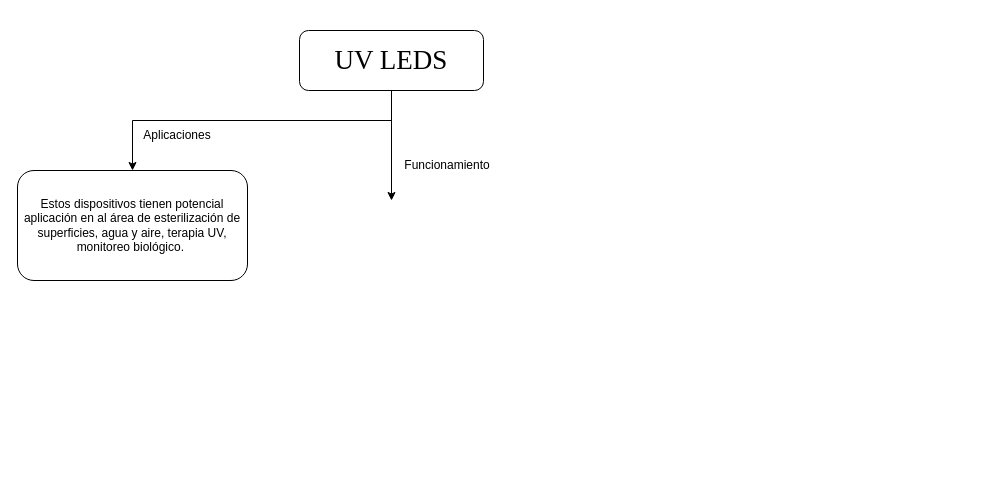
The draw.io diagram Untitled Diagram.drawio in Edgaus/SQL, before the edit. Source tidied: cells renumbered, new cells numbered last; positions are measured from the earlier drawing's top-left corner, leaving out a move shared by most shapes. Both pictures are drawn from the tidied source at 100%, with x=0, y=0 at pixel (17, 30).
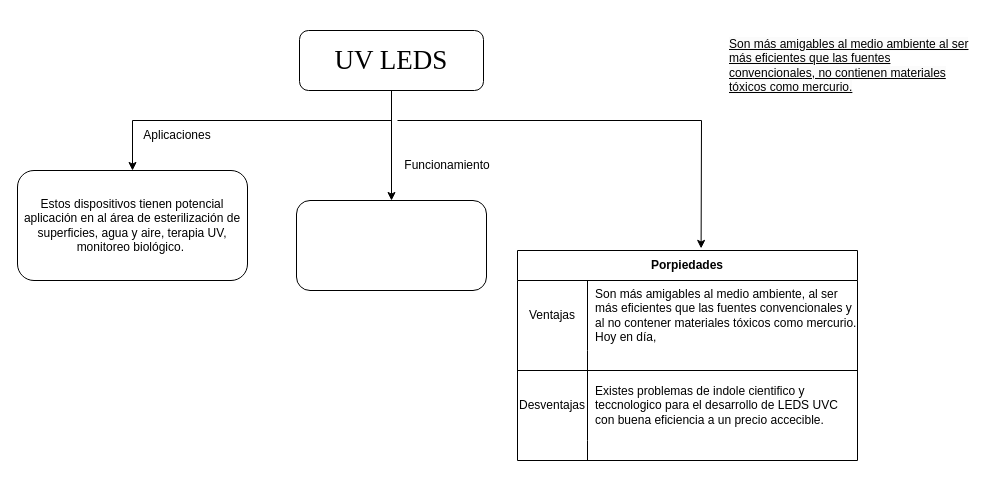
After the change.

The edit, as a diff of the source:
```diff
@@
+    <mxCell id="8" style="rounded=1;whiteSpace=wrap;html=1;" parent="1" vertex="1">
+      <mxGeometry x="279" y="170" width="190" height="90" as="geometry" />
+    </mxCell>
+    <mxCell id="9" value="Porpiedades" style="shape=table;startSize=30;childLayout=tableLayout;rowLines=0;fontStyle=1;align=center;html=1;whiteSpace=wrap;" parent="1" vertex="1">
+      <mxGeometry x="500" y="220" width="340" height="210" as="geometry" />
+    </mxCell>
+    <mxCell id="10" style="shape=tableRow;horizontal=0;startSize=0;swimlaneHead=0;swimlaneBody=0;fillColor=none;top=0;left=0;right=0;bottom=0;html=1;" parent="9" vertex="1">
+      <mxGeometry y="30" width="340" height="70" as="geometry" />
+    </mxCell>
+    <mxCell id="11" style="shape=partialRectangle;fillColor=none;top=0;left=0;bottom=0;right=0;fontStyle=1;overflow=hidden;html=1;whiteSpace=wrap;" parent="10" vertex="1">
+      <mxGeometry width="70" height="70" as="geometry" />
+    </mxCell>
+    <mxCell id="12" style="shape=partialRectangle;fillColor=none;top=0;left=0;bottom=0;right=0;align=left;spacingLeft=6;fontStyle=5;overflow=hidden;html=1;whiteSpace=wrap;" parent="10" vertex="1">
+      <mxGeometry x="70" width="270" height="70" as="geometry" />
+    </mxCell>
+    <mxCell id="13" style="shape=tableRow;horizontal=0;startSize=0;swimlaneHead=0;swimlaneBody=0;fillColor=none;top=0;left=0;right=0;bottom=1;html=1;" parent="9" vertex="1">
+      <mxGeometry y="100" width="340" height="20" as="geometry" />
+    </mxCell>
+    <mxCell id="14" style="shape=partialRectangle;fillColor=none;top=0;left=0;bottom=0;right=0;fontStyle=1;overflow=hidden;html=1;whiteSpace=wrap;" parent="13" vertex="1">
+      <mxGeometry width="70" height="20" as="geometry" />
+    </mxCell>
+    <mxCell id="15" style="shape=partialRectangle;fillColor=none;top=0;left=0;bottom=0;right=0;align=left;spacingLeft=6;fontStyle=5;overflow=hidden;html=1;whiteSpace=wrap;" parent="13" vertex="1">
+      <mxGeometry x="70" width="270" height="20" as="geometry" />
+    </mxCell>
+    <mxCell id="16" style="shape=tableRow;horizontal=0;startSize=0;swimlaneHead=0;swimlaneBody=0;fillColor=none;top=0;left=0;right=0;bottom=0;html=1;" parent="9" vertex="1">
+      <mxGeometry y="120" width="340" height="70" as="geometry" />
+    </mxCell>
+    <mxCell id="17" value="Desventajas" style="shape=partialRectangle;fillColor=none;top=0;left=0;bottom=0;right=0;overflow=hidden;html=1;whiteSpace=wrap;" parent="16" vertex="1">
+      <mxGeometry width="70" height="70" as="geometry" />
+    </mxCell>
+    <mxCell id="18" value="Existes problemas de indole cientifico y teccnologico para el desarrollo de LEDS UVC con buena eficiencia a un precio accecible." style="shape=partialRectangle;fillColor=none;top=0;left=0;bottom=0;right=0;align=left;spacingLeft=6;overflow=hidden;html=1;whiteSpace=wrap;" parent="16" vertex="1">
+      <mxGeometry x="70" width="270" height="70" as="geometry" />
+    </mxCell>
+    <mxCell id="19" style="shape=tableRow;horizontal=0;startSize=0;swimlaneHead=0;swimlaneBody=0;fillColor=none;top=0;left=0;right=0;bottom=0;html=1;" parent="9" vertex="1">
+      <mxGeometry y="190" width="340" height="20" as="geometry" />
+    </mxCell>
+    <mxCell id="20" style="shape=partialRectangle;fillColor=none;top=0;left=0;bottom=0;right=0;overflow=hidden;html=1;whiteSpace=wrap;" parent="19" vertex="1">
+      <mxGeometry width="70" height="20" as="geometry" />
+    </mxCell>
+    <mxCell id="21" style="shape=partialRectangle;fillColor=none;top=0;left=0;bottom=0;right=0;align=left;spacingLeft=6;overflow=hidden;html=1;whiteSpace=wrap;" parent="19" vertex="1">
+      <mxGeometry x="70" width="270" height="20" as="geometry" />
+    </mxCell>
+    <mxCell id="22" style="endArrow=classic;html=1;rounded=0;entryX=0.54;entryY=-0.01;entryDx=0;entryDy=0;entryPerimeter=0;" parent="1" edge="1" target="9">
+      <mxGeometry relative="1" as="geometry">
+        <mxPoint x="380" y="90" as="sourcePoint" />
+        <Array as="points">
+          <mxPoint x="684" y="90" />
+        </Array>
+      </mxGeometry>
+    </mxCell>
+    <mxCell id="23" value="&lt;span style=&quot;color: rgb(0, 0, 0); font-family: Helvetica; font-size: 12px; font-style: normal; font-variant-ligatures: normal; font-variant-caps: normal; font-weight: 400; letter-spacing: normal; orphans: 2; text-align: left; text-indent: 0px; text-transform: none; widows: 2; word-spacing: 0px; -webkit-text-stroke-width: 0px; white-space: normal; background-color: rgb(251, 251, 251); text-decoration: underline; display: inline !important; float: none;&quot;&gt;Son más amigables al medio ambiente al ser más eficientes que las fuentes convencionales, no contienen materiales tóxicos como mercurio.&lt;/span&gt;" style="text;whiteSpace=wrap;html=1;" parent="1" vertex="1">
+      <mxGeometry x="710" width="250" height="40" as="geometry" />
+    </mxCell>
+    <mxCell id="24" style="shape=tableRow;horizontal=0;startSize=0;swimlaneHead=0;swimlaneBody=0;fillColor=none;top=0;left=0;right=0;bottom=0;html=1;" parent="1" vertex="1">
+      <mxGeometry x="500" y="270" width="340" height="70" as="geometry" />
+    </mxCell>
+    <mxCell id="25" value="Son más amigables al medio ambiente, al ser más eficientes que las fuentes convencionales y al no contener materiales tóxicos como mercurio. Hoy en día,&amp;nbsp; &amp;nbsp; &amp;nbsp;" style="shape=partialRectangle;fillColor=none;top=0;left=0;bottom=0;right=0;align=left;spacingLeft=6;overflow=hidden;html=1;whiteSpace=wrap;" parent="1" vertex="1">
+      <mxGeometry x="570" y="250" width="270" height="70" as="geometry" />
+    </mxCell>
+    <mxCell id="26" value="Ventajas" style="shape=partialRectangle;fillColor=none;top=0;left=0;bottom=0;right=0;overflow=hidden;html=1;whiteSpace=wrap;" parent="1" vertex="1">
+      <mxGeometry x="500" y="250" width="70" height="70" as="geometry" />
+    </mxCell>
```
